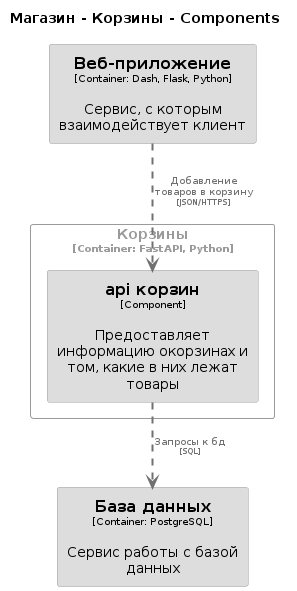
Megict/architecture_tasks keeps this PlantUML diagram as lab1/export/Basket_component_diagram.png. Above is the earlier version. The source it was exported from:
```plantuml
@startuml
set separator none
title Магазин - Корзины - Components

top to bottom direction

skinparam {
  arrowFontSize 10
  defaultTextAlignment center
  wrapWidth 200
  maxMessageSize 100
}

hide stereotype

skinparam rectangle<<Магазин.Корзины.apiкорзин>> {
  BackgroundColor #dddddd
  FontColor #000000
  BorderColor #9a9a9a
  shadowing false
}
skinparam rectangle<<Магазин.Базаданных>> {
  BackgroundColor #dddddd
  FontColor #000000
  BorderColor #9a9a9a
  shadowing false
}
skinparam rectangle<<Магазин.Вебприложение>> {
  BackgroundColor #dddddd
  FontColor #000000
  BorderColor #9a9a9a
  shadowing false
}
skinparam rectangle<<Магазин.Корзины>> {
  BorderColor #9a9a9a
  FontColor #9a9a9a
  shadowing false
}

rectangle "==База данных\n<size:10>[Container: PostgreSQL]</size>\n\nСервис работы с базой данных" <<Магазин.Базаданных>> as Магазин.Базаданных
rectangle "==Веб-приложение\n<size:10>[Container: Dash, Flask, Python]</size>\n\nСервис, с которым взаимодействует клиент" <<Магазин.Вебприложение>> as Магазин.Вебприложение

rectangle "Корзины\n<size:10>[Container: FastAPI, Python]</size>" <<Магазин.Корзины>> {
  rectangle "==api корзин\n<size:10>[Component]</size>\n\nПредоставляет информацию окорзинах и том, какие в них лежат товары" <<Магазин.Корзины.apiкорзин>> as Магазин.Корзины.apiкорзин
}

Магазин.Вебприложение .[#707070,thickness=2].> Магазин.Корзины.apiкорзин : "<color:#707070>Добавление товаров в корзину\n<color:#707070><size:8>[JSON/HTTPS]</size>"
Магазин.Корзины.apiкорзин .[#707070,thickness=2].> Магазин.Базаданных : "<color:#707070>Запросы к бд\n<color:#707070><size:8>[SQL]</size>"
@enduml
```
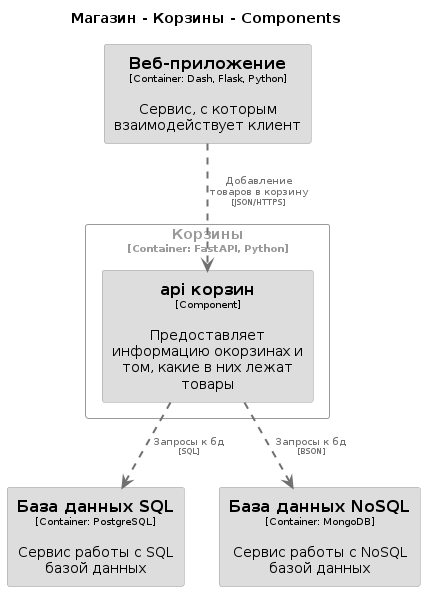
Above is the later version.

Diff of the diagram source:
```diff
@@ -19,7 +19,13 @@
   BorderColor #9a9a9a
   shadowing false
 }
-skinparam rectangle<<Магазин.Базаданных>> {
+skinparam rectangle<<Магазин.БазаданныхNoSQL>> {
+  BackgroundColor #dddddd
+  FontColor #000000
+  BorderColor #9a9a9a
+  shadowing false
+}
+skinparam rectangle<<Магазин.БазаданныхSQL>> {
   BackgroundColor #dddddd
   FontColor #000000
   BorderColor #9a9a9a
@@ -37,7 +43,8 @@
   shadowing false
 }
 
-rectangle "==База данных\n<size:10>[Container: PostgreSQL]</size>\n\nСервис работы с базой данных" <<Магазин.Базаданных>> as Магазин.Базаданных
+rectangle "==База данных SQL\n<size:10>[Container: PostgreSQL]</size>\n\nСервис работы с SQL базой данных" <<Магазин.БазаданныхSQL>> as Магазин.БазаданныхSQL
+rectangle "==База данных NoSQL\n<size:10>[Container: MongoDB]</size>\n\nСервис работы с NoSQL базой данных" <<Магазин.БазаданныхNoSQL>> as Магазин.БазаданныхNoSQL
 rectangle "==Веб-приложение\n<size:10>[Container: Dash, Flask, Python]</size>\n\nСервис, с которым взаимодействует клиент" <<Магазин.Вебприложение>> as Магазин.Вебприложение
 
 rectangle "Корзины\n<size:10>[Container: FastAPI, Python]</size>" <<Магазин.Корзины>> {
@@ -45,5 +52,6 @@
 }
 
 Магазин.Вебприложение .[#707070,thickness=2].> Магазин.Корзины.apiкорзин : "<color:#707070>Добавление товаров в корзину\n<color:#707070><size:8>[JSON/HTTPS]</size>"
-Магазин.Корзины.apiкорзин .[#707070,thickness=2].> Магазин.Базаданных : "<color:#707070>Запросы к бд\n<color:#707070><size:8>[SQL]</size>"
+Магазин.Корзины.apiкорзин .[#707070,thickness=2].> Магазин.БазаданныхSQL : "<color:#707070>Запросы к бд\n<color:#707070><size:8>[SQL]</size>"
+Магазин.Корзины.apiкорзин .[#707070,thickness=2].> Магазин.БазаданныхNoSQL : "<color:#707070>Запросы к бд\n<color:#707070><size:8>[BSON]</size>"
 @enduml
```
